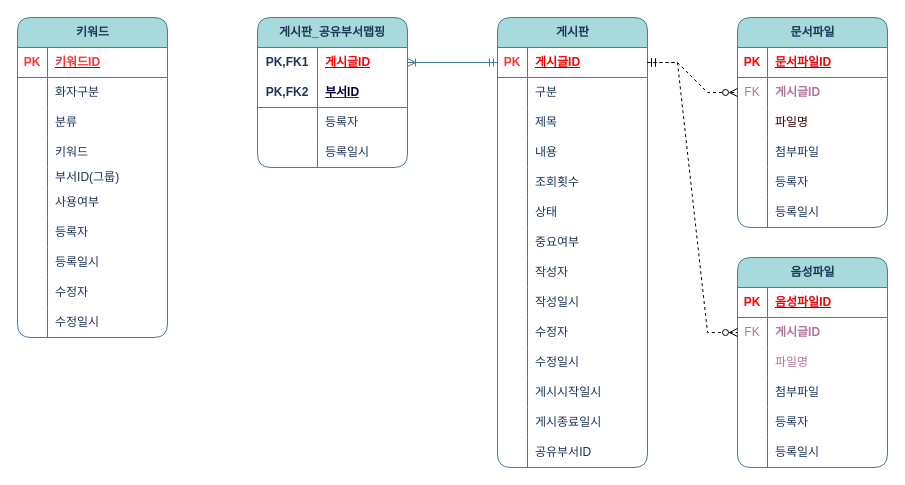
Earlier version of the draw.io diagram page "등록_기준관리" (7 of 9) of 제목 없는 다이어그램.drawio (wishholic/ERD). Source tidied: cells renumbered, new cells numbered last; positions are measured from the earlier drawing's top-left corner, leaving out a move shared by most shapes. Both pictures are drawn from the tidied source at 100%, with x=0, y=0 at pixel (17, 17).
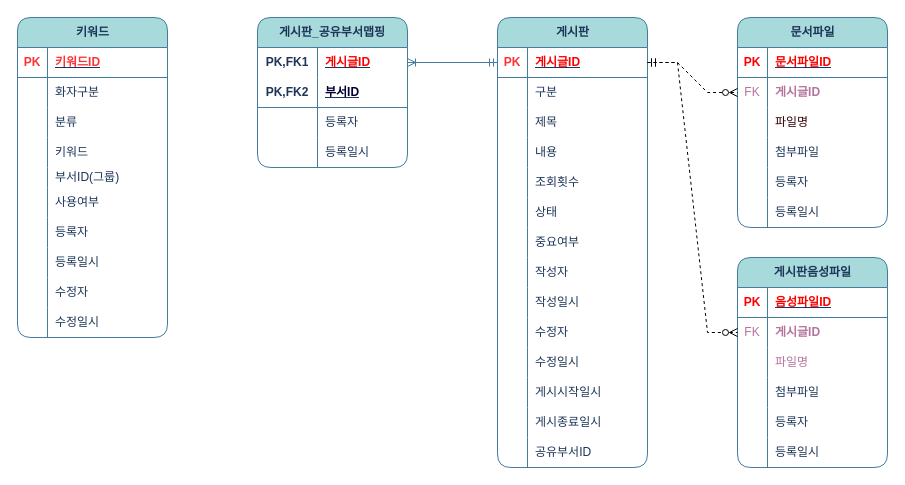
Above is the later version.

What changed in the source:
```diff
@@
-    <mxCell id="96" value="음성파일" style="shape=table;startSize=30;childLayout=tableLayout;rowLines=0;fontStyle=1;align=center;html=1;fillColor=#A8DADC;strokeColor=#457B9D;rounded=1;labelBackgroundColor=none;fontColor=#1D3557;" parent="1" vertex="1">
+    <mxCell id="96" value="게시판음성파일" style="shape=table;startSize=30;childLayout=tableLayout;rowLines=0;fontStyle=1;align=center;html=1;fillColor=#A8DADC;strokeColor=#457B9D;rounded=1;labelBackgroundColor=none;fontColor=#1D3557;" parent="1" vertex="1">
       <mxGeometry x="720" y="240" width="150" height="210" as="geometry" />
     </mxCell>
```
